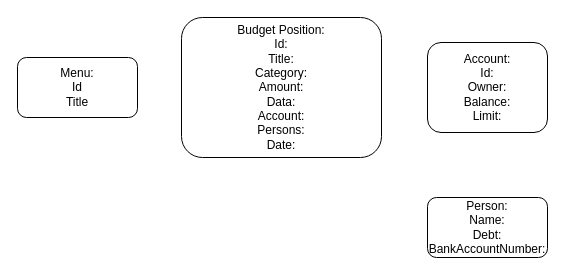
The draw.io diagram Diagram bez tytułu.drawio in Tomasz98Zukowski/TripBudgetApp, before the edit. Source tidied: cells renumbered, new cells numbered last; positions are measured from the earlier drawing's top-left corner, leaving out a move shared by most shapes. Both pictures are drawn from the tidied source at 100%, with x=0, y=0 at pixel (17, 17).
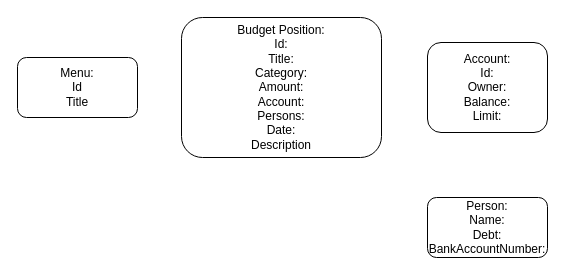
The same page after the edit.

What changed in the source:
```diff
@@
 <mxGraphModel>
   <root>
     <mxCell id="0" />
     <mxCell id="1" parent="0" />
     <mxCell id="2" value="Menu:&lt;br&gt;Id&lt;br&gt;Title" style="rounded=1;whiteSpace=wrap;html=1;" parent="1" vertex="1">
       <mxGeometry y="40" width="120" height="60" as="geometry" />
     </mxCell>
-    <mxCell id="3" value="Budget Position:&lt;br&gt;Id:&lt;br&gt;Title:&lt;br&gt;Category:&lt;br&gt;Amount:&lt;br&gt;Data:&lt;br&gt;Account:&lt;br&gt;Persons:&lt;br&gt;Date:" style="rounded=1;whiteSpace=wrap;html=1;" parent="1" vertex="1">
+    <mxCell id="3" value="Budget Position:&lt;br&gt;Id:&lt;br&gt;Title:&lt;br&gt;Category:&lt;br&gt;Amount:&lt;br&gt;Account:&lt;br&gt;Persons:&lt;br&gt;Date:&lt;br&gt;Description" style="rounded=1;whiteSpace=wrap;html=1;" parent="1" vertex="1">
       <mxGeometry x="164" width="200" height="140" as="geometry" />
     </mxCell>
     <mxCell id="4" value="Account:&lt;br&gt;Id:&lt;br&gt;Owner:&lt;br&gt;Balance:&lt;br&gt;Limit:" style="rounded=1;whiteSpace=wrap;html=1;" parent="1" vertex="1">
       <mxGeometry x="410" y="25" width="120" height="90" as="geometry" />
     </mxCell>
     <mxCell id="5" value="Person:&lt;br&gt;Name:&lt;br&gt;Debt:&lt;br&gt;BankAccountNumber:" style="rounded=1;whiteSpace=wrap;html=1;" parent="1" vertex="1">
       <mxGeometry x="410" y="180" width="120" height="60" as="geometry" />
     </mxCell>
   </root>
 </mxGraphModel>
```
